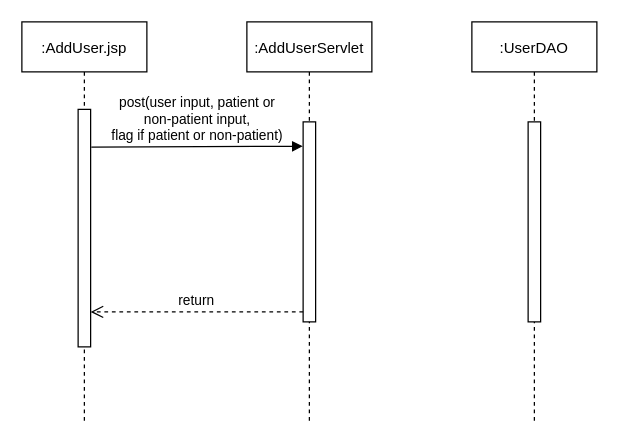
The draw.io diagram diagrams/AddUserSequence.drawio in empty-works/plain-emrs-no-fw, before the edit. Source tidied: cells renumbered, new cells numbered last; positions are measured from the earlier drawing's top-left corner, leaving out a move shared by most shapes. Both pictures are drawn from the tidied source at 125%, with x=0, y=0 at pixel (21, 21).
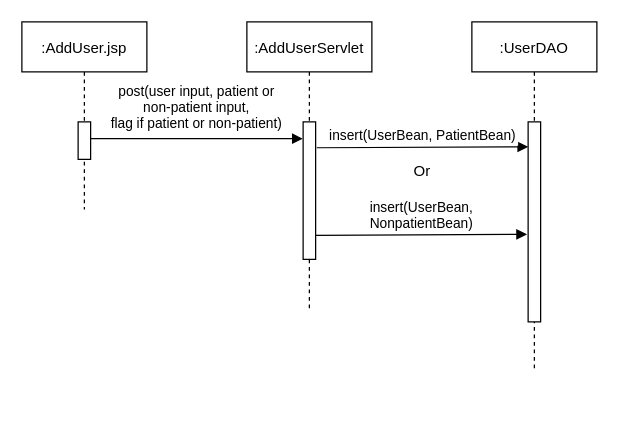
The same diagram, later.

Commit message:
Update AddUserSequence.drawio. What to send to the User DAO.

Diff of the diagram source:
```diff
@@
 <mxGraphModel>
   <root>
     <mxCell id="0" />
     <mxCell id="1" parent="0" />
     <mxCell id="2" value=":AddUser.jsp" style="shape=umlLifeline;perimeter=lifelinePerimeter;rounded=0;shadow=0;strokeWidth=1;" parent="1" vertex="1">
-      <mxGeometry width="100" height="320" as="geometry" />
+      <mxGeometry width="100" height="150" as="geometry" />
     </mxCell>
     <mxCell id="3" style="points=[];perimeter=orthogonalPerimeter;rounded=0;shadow=0;strokeWidth=1;" parent="2" vertex="1">
-      <mxGeometry x="45" y="70" width="10" height="190" as="geometry" />
+      <mxGeometry x="45" y="80" width="10" height="30" as="geometry" />
     </mxCell>
     <mxCell id="4" value=":AddUserServlet" style="shape=umlLifeline;perimeter=lifelinePerimeter;rounded=0;shadow=0;strokeWidth=1;" parent="1" vertex="1">
-      <mxGeometry x="180" width="100" height="320" as="geometry" />
+      <mxGeometry x="180" width="100" height="230" as="geometry" />
     </mxCell>
     <mxCell id="5" style="points=[];perimeter=orthogonalPerimeter;rounded=0;shadow=0;strokeWidth=1;" parent="4" vertex="1">
-      <mxGeometry x="45" y="80" width="10" height="160" as="geometry" />
+      <mxGeometry x="45" y="80" width="10" height="110" as="geometry" />
     </mxCell>
-    <mxCell id="6" value="return" style="verticalAlign=bottom;endArrow=open;dashed=1;endSize=8;exitX=0;exitY=0.95;shadow=0;strokeWidth=1;" parent="1" edge="1" source="5" target="3">
-      <mxGeometry relative="1" as="geometry" />
-    </mxCell>
-    <mxCell id="7" value="post(user input, patient or &#10;non-patient input, &#10;flag if patient or non-patient)" style="verticalAlign=bottom;endArrow=block;entryX=-0.029;entryY=0.122;shadow=0;strokeWidth=1;exitX=1.057;exitY=0.159;exitDx=0;exitDy=0;exitPerimeter=0;entryDx=0;entryDy=0;entryPerimeter=0;" parent="1" edge="1" source="3" target="5">
-      <mxGeometry relative="1" as="geometry" />
+    <mxCell id="7" value="post(user input, patient or &#10;non-patient input, &#10;flag if patient or non-patient)" style="verticalAlign=bottom;endArrow=block;entryX=-0.029;entryY=0.122;shadow=0;strokeWidth=1;entryDx=0;entryDy=0;entryPerimeter=0;" parent="1" edge="1" source="3" target="5">
+      <mxGeometry y="3" relative="1" as="geometry" />
     </mxCell>
     <mxCell id="8" value=":UserDAO" style="shape=umlLifeline;perimeter=lifelinePerimeter;rounded=0;shadow=0;strokeWidth=1;" parent="1" vertex="1">
-      <mxGeometry x="360" width="100" height="320" as="geometry" />
+      <mxGeometry x="360" width="100" height="280" as="geometry" />
     </mxCell>
     <mxCell id="9" style="perimeter=orthogonalPerimeter;rounded=0;shadow=0;strokeWidth=1;" parent="8" vertex="1">
       <mxGeometry x="45" y="80" width="10" height="160" as="geometry" />
     </mxCell>
+    <mxCell id="10" value="insert(UserBean, PatientBean)" style="verticalAlign=bottom;endArrow=block;entryX=-0.029;entryY=0.122;shadow=0;strokeWidth=1;exitX=1.057;exitY=0.159;exitDx=0;exitDy=0;exitPerimeter=0;entryDx=0;entryDy=0;entryPerimeter=0;" parent="8" edge="1">
+      <mxGeometry relative="1" as="geometry">
+        <mxPoint x="-124.1" y="100.7" as="sourcePoint" />
+        <mxPoint x="45" y="100" as="targetPoint" />
+      </mxGeometry>
+    </mxCell>
+    <mxCell id="11" value="Or" style="text;html=1;align=center;verticalAlign=middle;strokeColor=none;fillColor=none;" parent="1" vertex="1">
+      <mxGeometry x="300" y="105" width="40" height="30" as="geometry" />
+    </mxCell>
+    <mxCell id="12" value="insert(UserBean, &#10;NonpatientBean)" style="verticalAlign=bottom;endArrow=block;entryX=-0.029;entryY=0.122;shadow=0;strokeWidth=1;exitX=1.057;exitY=0.159;exitDx=0;exitDy=0;exitPerimeter=0;entryDx=0;entryDy=0;entryPerimeter=0;" parent="1" edge="1">
+      <mxGeometry relative="1" as="geometry">
+        <mxPoint x="235" y="170.7" as="sourcePoint" />
+        <mxPoint x="404.1" y="170" as="targetPoint" />
+      </mxGeometry>
+    </mxCell>
   </root>
 </mxGraphModel>
```
